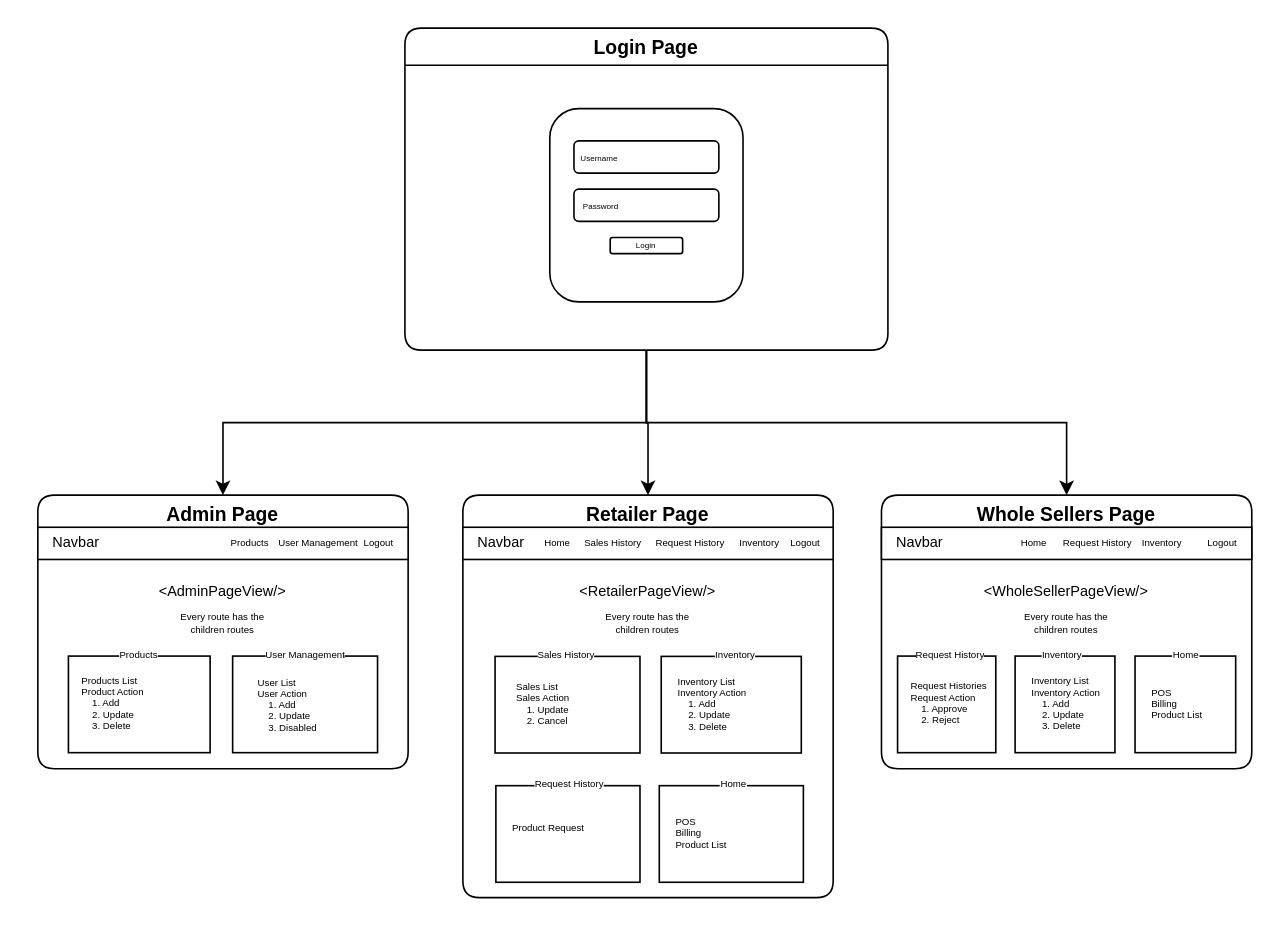
The draw.io diagram Med-frontend.drawio in SWAT-Quinbay/Med-Project, before the edit. Source tidied: cells renumbered, new cells numbered last; positions are measured from the earlier drawing's top-left corner, leaving out a move shared by most shapes. Both pictures are drawn from the tidied source at 161%, with x=0, y=0 at pixel (27, 27).
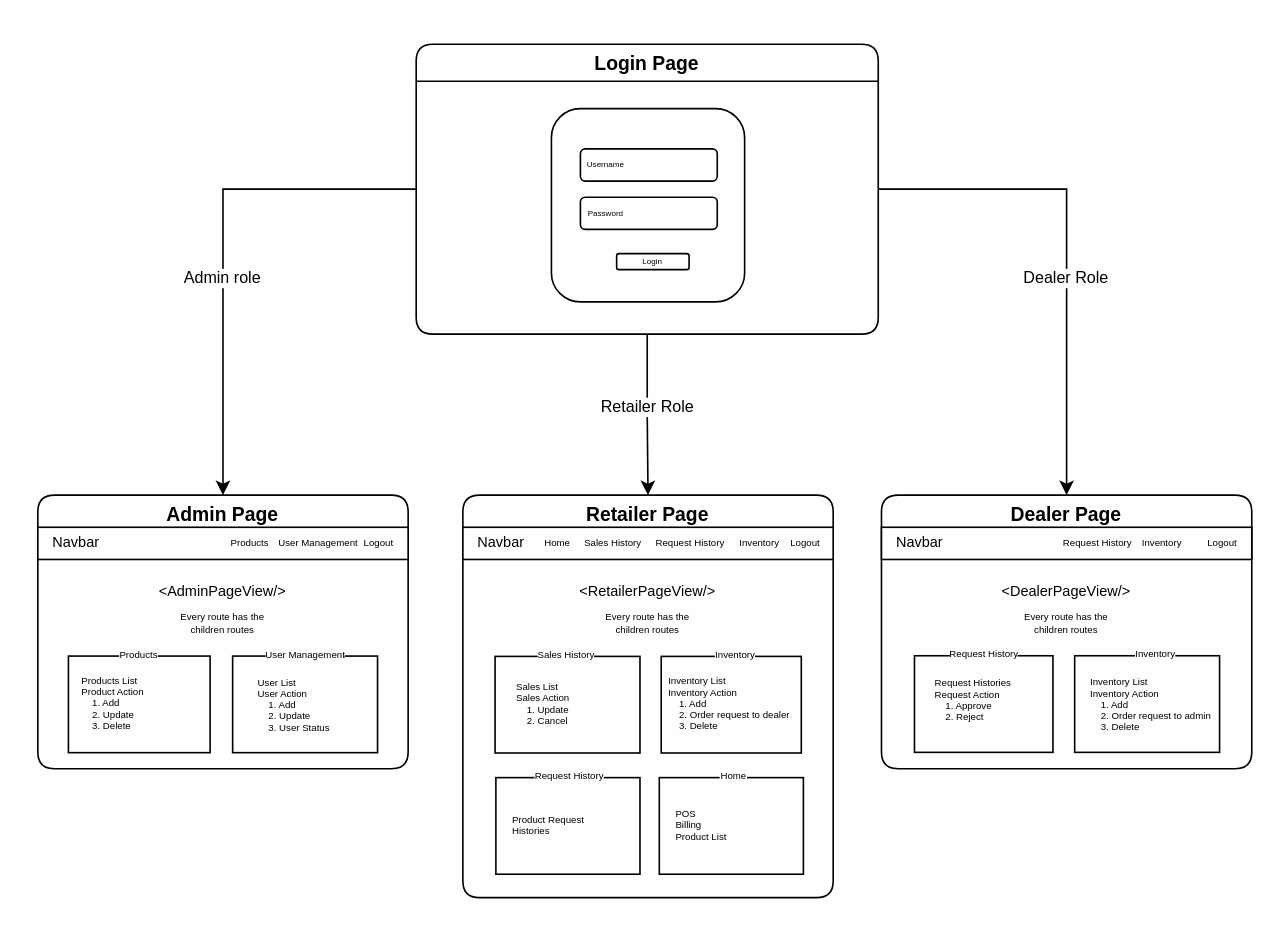
The same diagram, later.

Unchanged cells that the change refers to:
```xml
<mxCell id="13" value="Retailer Page" style="swimlane;labelBackgroundColor=default;swimlaneLine=1;glass=0;rounded=1;" parent="1" vertex="1">
  <mxGeometry x="270" y="290" width="230" height="250" as="geometry" />
</mxCell>
<mxCell id="35" value="Admin Page" style="swimlane;labelBackgroundColor=default;swimlaneLine=1;glass=0;rounded=1;" parent="1" vertex="1">
  <mxGeometry x="6" y="290" width="230" height="170" as="geometry" />
</mxCell>
```

The edit, as a diff of the source:
```diff
@@
-    <mxCell id="4" style="edgeStyle=orthogonalEdgeStyle;rounded=0;jettySize=auto;html=1;entryX=0.5;entryY=0;entryDx=0;entryDy=0;fontSize=6;" parent="1" edge="1" source="5" target="35">
-      <mxGeometry relative="1" as="geometry" />
-    </mxCell>
     <mxCell id="5" value="Login Page" style="swimlane;labelBackgroundColor=default;swimlaneLine=1;glass=0;rounded=1;" parent="1" vertex="1">
-      <mxGeometry x="234" width="300" height="200" as="geometry" />
+      <mxGeometry x="241" y="10" width="287" height="180" as="geometry" />
     </mxCell>
     <mxCell id="6" style="rounded=1;whiteSpace=wrap;html=1;glass=0;labelBackgroundColor=default;gradientColor=none;" parent="5" vertex="1">
-      <mxGeometry x="90" y="50" width="120" height="120" as="geometry" />
+      <mxGeometry x="84" y="40" width="120" height="120" as="geometry" />
     </mxCell>
     <mxCell id="7" style="rounded=1;whiteSpace=wrap;html=1;glass=0;labelBackgroundColor=default;gradientColor=none;" parent="5" vertex="1">
-      <mxGeometry x="105" y="70" width="90" height="20" as="geometry" />
+      <mxGeometry x="102" y="65" width="85" height="20" as="geometry" />
     </mxCell>
     <mxCell id="8" style="rounded=1;whiteSpace=wrap;html=1;glass=0;labelBackgroundColor=default;gradientColor=none;" parent="5" vertex="1">
-      <mxGeometry x="105" y="100" width="90" height="20" as="geometry" />
+      <mxGeometry x="102" y="95" width="85" height="20" as="geometry" />
     </mxCell>
     <mxCell id="9" style="rounded=1;whiteSpace=wrap;html=1;glass=0;labelBackgroundColor=default;gradientColor=none;" parent="5" vertex="1">
-      <mxGeometry x="127.5" y="130" width="45" height="10" as="geometry" />
+      <mxGeometry x="124.5" y="130" width="45" height="10" as="geometry" />
     </mxCell>
     <mxCell id="10" value="Login" style="text;html=1;strokeColor=none;fillColor=none;align=center;verticalAlign=middle;whiteSpace=wrap;rounded=0;glass=0;labelBackgroundColor=default;fontSize=5;" parent="5" vertex="1">
-      <mxGeometry x="140" y="129" width="20" height="10" as="geometry" />
+      <mxGeometry x="137" y="129" width="20" height="10" as="geometry" />
     </mxCell>
     <mxCell id="11" value="Username" style="text;html=1;strokeColor=none;fillColor=none;align=center;verticalAlign=middle;whiteSpace=wrap;rounded=0;glass=0;labelBackgroundColor=default;fontSize=5;" parent="5" vertex="1">
-      <mxGeometry x="110.5" y="75" width="20" height="10" as="geometry" />
+      <mxGeometry x="107.5" y="69" width="20" height="10" as="geometry" />
     </mxCell>
     <mxCell id="12" value="Password" style="text;html=1;strokeColor=none;fillColor=none;align=center;verticalAlign=middle;whiteSpace=wrap;rounded=0;glass=0;labelBackgroundColor=default;fontSize=5;" parent="5" vertex="1">
-      <mxGeometry x="111.5" y="105" width="20" height="10" as="geometry" />
+      <mxGeometry x="107.5" y="99" width="20" height="10" as="geometry" />
     </mxCell>
@@
-    <mxCell id="27" value="Inventory List&#10;Inventory Action&#10;    1. Add&#10;    2. Update&#10;    3. Delete" style="text;strokeColor=none;fillColor=none;align=left;verticalAlign=middle;spacingLeft=4;spacingRight=4;overflow=hidden;rounded=1;glass=0;labelBackgroundColor=default;fontSize=6;" parent="13" vertex="1">
-      <mxGeometry x="127.8" y="105.1" width="60" height="50.2" as="geometry" />
+    <mxCell id="27" value="Inventory List&#10;Inventory Action&#10;    1. Add&#10;    2. Order request to dealer&#10;    3. Delete" style="text;strokeColor=none;fillColor=none;align=left;verticalAlign=middle;spacingLeft=4;spacingRight=4;overflow=hidden;rounded=1;glass=0;labelBackgroundColor=default;fontSize=6;" parent="13" vertex="1">
+      <mxGeometry x="122" y="104.9" width="88" height="50.2" as="geometry" />
     </mxCell>
     <mxCell id="28" style="rounded=0;whiteSpace=wrap;html=1;glass=0;labelBackgroundColor=default;fontSize=6;gradientColor=none;" parent="13" vertex="1">
-      <mxGeometry x="20.5" y="180.5" width="89.5" height="60" as="geometry" />
+      <mxGeometry x="20.5" y="175.5" width="89.5" height="60" as="geometry" />
     </mxCell>
     <mxCell id="29" value="Request History" style="text;html=1;strokeColor=none;fillColor=none;align=center;verticalAlign=middle;whiteSpace=wrap;rounded=0;glass=0;labelBackgroundColor=default;fontSize=6;" parent="13" vertex="1">
-      <mxGeometry x="39" y="170" width="55" height="20" as="geometry" />
+      <mxGeometry x="39" y="165" width="55" height="20" as="geometry" />
     </mxCell>
-    <mxCell id="30" value="Product Request&#10;" style="text;strokeColor=none;fillColor=none;align=left;verticalAlign=middle;spacingLeft=4;spacingRight=4;overflow=hidden;rounded=1;glass=0;labelBackgroundColor=default;fontSize=6;" parent="13" vertex="1">
-      <mxGeometry x="25" y="185.4" width="60" height="50.2" as="geometry" />
+    <mxCell id="30" value="Product Request&#10;Histories" style="text;strokeColor=none;fillColor=none;align=left;verticalAlign=middle;spacingLeft=4;spacingRight=4;overflow=hidden;rounded=1;glass=0;labelBackgroundColor=default;fontSize=6;" parent="13" vertex="1">
+      <mxGeometry x="25" y="180.4" width="60" height="50.2" as="geometry" />
     </mxCell>
@@
     <mxCell id="32" style="rounded=0;whiteSpace=wrap;html=1;glass=0;labelBackgroundColor=default;fontSize=6;gradientColor=none;" parent="13" vertex="1">
-      <mxGeometry x="122" y="180.5" width="89.5" height="60" as="geometry" />
+      <mxGeometry x="122" y="175.5" width="89.5" height="60" as="geometry" />
     </mxCell>
     <mxCell id="33" value="Home" style="text;html=1;strokeColor=none;fillColor=none;align=center;verticalAlign=middle;whiteSpace=wrap;rounded=0;glass=0;labelBackgroundColor=default;fontSize=6;" parent="13" vertex="1">
-      <mxGeometry x="140.5" y="170" width="55" height="20" as="geometry" />
+      <mxGeometry x="140.5" y="165" width="55" height="20" as="geometry" />
     </mxCell>
     <mxCell id="34" value="POS&#10;Billing&#10;Product List" style="text;strokeColor=none;fillColor=none;align=left;verticalAlign=middle;spacingLeft=4;spacingRight=4;overflow=hidden;rounded=1;glass=0;labelBackgroundColor=default;fontSize=6;" parent="13" vertex="1">
-      <mxGeometry x="126.5" y="185.4" width="60" height="50.2" as="geometry" />
+      <mxGeometry x="126.5" y="180.4" width="60" height="50.2" as="geometry" />
     </mxCell>
@@
-    <mxCell id="48" value="User List&#10;User Action&#10;    1. Add&#10;    2. Update&#10;    3. Disabled" style="text;strokeColor=none;fillColor=none;align=left;verticalAlign=middle;spacingLeft=4;spacingRight=4;overflow=hidden;rounded=1;glass=0;labelBackgroundColor=default;fontSize=6;" parent="35" vertex="1">
+    <mxCell id="48" value="User List&#10;User Action&#10;    1. Add&#10;    2. Update&#10;    3. User Status" style="text;strokeColor=none;fillColor=none;align=left;verticalAlign=middle;spacingLeft=4;spacingRight=4;overflow=hidden;rounded=1;glass=0;labelBackgroundColor=default;fontSize=6;" parent="35" vertex="1">
       <mxGeometry x="131" y="105.8" width="60" height="50.2" as="geometry" />
     </mxCell>
-    <mxCell id="49" value="Whole Sellers Page" style="swimlane;labelBackgroundColor=default;swimlaneLine=1;glass=0;rounded=1;" parent="1" vertex="1">
+    <mxCell id="49" value="Dealer Page" style="swimlane;labelBackgroundColor=default;swimlaneLine=1;glass=0;rounded=1;" parent="1" vertex="1">
       <mxGeometry x="530" y="290" width="230" height="170" as="geometry" />
     </mxCell>
@@
-    <mxCell id="52" value="Home" style="text;html=1;strokeColor=none;fillColor=none;align=center;verticalAlign=middle;whiteSpace=wrap;rounded=0;glass=0;labelBackgroundColor=default;fontSize=6;" parent="49" vertex="1">
-      <mxGeometry x="79.5" y="20" width="30" height="20" as="geometry" />
-    </mxCell>
@@
-    <mxCell id="56" value="&amp;lt;WholeSellerPageView/&amp;gt;" style="text;html=1;strokeColor=none;fillColor=none;align=center;verticalAlign=middle;whiteSpace=wrap;rounded=0;glass=0;labelBackgroundColor=default;fontSize=9;" parent="49" vertex="1">
+    <mxCell id="56" value="&amp;lt;DealerPageView/&amp;gt;" style="text;html=1;strokeColor=none;fillColor=none;align=center;verticalAlign=middle;whiteSpace=wrap;rounded=0;glass=0;labelBackgroundColor=default;fontSize=9;" parent="49" vertex="1">
       <mxGeometry x="85" y="45" width="60" height="30" as="geometry" />
     </mxCell>
@@
     <mxCell id="58" style="rounded=0;whiteSpace=wrap;html=1;glass=0;labelBackgroundColor=default;fontSize=6;gradientColor=none;" parent="49" vertex="1">
-      <mxGeometry x="10" y="100" width="61" height="60" as="geometry" />
+      <mxGeometry x="20.5" y="99.8" width="86" height="60" as="geometry" />
     </mxCell>
     <mxCell id="59" style="rounded=0;whiteSpace=wrap;html=1;glass=0;labelBackgroundColor=default;fontSize=6;gradientColor=none;" parent="49" vertex="1">
-      <mxGeometry x="83" y="100" width="62" height="60" as="geometry" />
+      <mxGeometry x="120" y="99.8" width="90" height="60" as="geometry" />
     </mxCell>
     <mxCell id="60" value="Request History" style="text;html=1;strokeColor=none;fillColor=none;align=center;verticalAlign=middle;whiteSpace=wrap;rounded=0;glass=0;labelBackgroundColor=default;fontSize=6;" parent="49" vertex="1">
-      <mxGeometry x="17.6" y="92" width="49.9" height="15" as="geometry" />
+      <mxGeometry x="38.6" y="91" width="49.9" height="15" as="geometry" />
     </mxCell>
     <mxCell id="61" value="Request Histories&#10;Request Action &#10;    1. Approve&#10;    2. Reject" style="text;strokeColor=none;fillColor=none;align=left;verticalAlign=middle;spacingLeft=4;spacingRight=4;overflow=hidden;rounded=1;glass=0;labelBackgroundColor=default;fontSize=6;" parent="49" vertex="1">
-      <mxGeometry x="12.5" y="109.5" width="60" height="40.5" as="geometry" />
+      <mxGeometry x="27.5" y="107.5" width="60" height="40.5" as="geometry" />
     </mxCell>
     <mxCell id="62" value="Inventory" style="text;html=1;strokeColor=none;fillColor=none;align=center;verticalAlign=middle;whiteSpace=wrap;rounded=0;glass=0;labelBackgroundColor=default;fontSize=6;" parent="49" vertex="1">
-      <mxGeometry x="84.5" y="89.5" width="55" height="20" as="geometry" />
+      <mxGeometry x="143" y="88.5" width="55" height="20" as="geometry" />
     </mxCell>
-    <mxCell id="63" value="Inventory List&#10;Inventory Action&#10;    1. Add&#10;    2. Update&#10;    3. Delete" style="text;strokeColor=none;fillColor=none;align=left;verticalAlign=middle;spacingLeft=4;spacingRight=4;overflow=hidden;rounded=1;glass=0;labelBackgroundColor=default;fontSize=6;" parent="49" vertex="1">
-      <mxGeometry x="87.5" y="104.9" width="60" height="50.2" as="geometry" />
+    <mxCell id="63" value="Inventory List&#10;Inventory Action&#10;    1. Add&#10;    2. Order request to admin&#10;    3. Delete" style="text;strokeColor=none;fillColor=none;align=left;verticalAlign=middle;spacingLeft=4;spacingRight=4;overflow=hidden;rounded=1;glass=0;labelBackgroundColor=default;fontSize=6;" parent="49" vertex="1">
+      <mxGeometry x="124" y="105.6" width="90" height="50.2" as="geometry" />
     </mxCell>
-    <mxCell id="64" style="rounded=0;whiteSpace=wrap;html=1;glass=0;labelBackgroundColor=default;fontSize=6;gradientColor=none;" parent="49" vertex="1">
-      <mxGeometry x="157.5" y="100" width="62.5" height="60" as="geometry" />
-    </mxCell>
-    <mxCell id="65" value="Home" style="text;html=1;strokeColor=none;fillColor=none;align=center;verticalAlign=middle;whiteSpace=wrap;rounded=0;glass=0;labelBackgroundColor=default;fontSize=6;" parent="49" vertex="1">
-      <mxGeometry x="162" y="89.5" width="55" height="20" as="geometry" />
-    </mxCell>
-    <mxCell id="66" value="POS&#10;Billing&#10;Product List" style="text;strokeColor=none;fillColor=none;align=left;verticalAlign=middle;spacingLeft=4;spacingRight=4;overflow=hidden;rounded=1;glass=0;labelBackgroundColor=default;fontSize=6;" parent="49" vertex="1">
-      <mxGeometry x="162" y="104.9" width="60" height="50.2" as="geometry" />
-    </mxCell>
+    <mxCell id="67" value="&lt;font style=&quot;font-size: 10px;&quot;&gt;Retailer Role&lt;/font&gt;" style="text;html=1;strokeColor=none;fillColor=none;align=center;verticalAlign=middle;whiteSpace=wrap;rounded=0;glass=0;labelBackgroundColor=default;fontSize=6;" parent="1" vertex="1">
+      <mxGeometry x="355" y="220" width="60" height="30" as="geometry" />
+    </mxCell>
+    <mxCell id="68" value="&lt;font style=&quot;font-size: 10px;&quot;&gt;Dealer Role&lt;/font&gt;" style="text;html=1;strokeColor=none;fillColor=none;align=center;verticalAlign=middle;whiteSpace=wrap;rounded=0;glass=0;labelBackgroundColor=default;fontSize=6;" parent="1" vertex="1">
+      <mxGeometry x="610" y="140" width="70" height="30" as="geometry" />
+    </mxCell>
+    <mxCell id="69" style="group;" parent="1" vertex="1">
+      <mxGeometry x="91" y="140" width="60" height="30" as="geometry" />
+    </mxCell>
+    <mxCell id="4" style="edgeStyle=orthogonalEdgeStyle;rounded=0;jettySize=auto;html=1;entryX=0.5;entryY=0;entryDx=0;entryDy=0;fontSize=6;" parent="69" edge="1" source="5" target="35">
+      <mxGeometry relative="1" as="geometry" />
+    </mxCell>
+    <mxCell id="70" value="&lt;font style=&quot;font-size: 10px;&quot;&gt;Admin role&lt;/font&gt;" style="text;html=1;strokeColor=none;fillColor=none;align=center;verticalAlign=middle;whiteSpace=wrap;rounded=0;glass=0;labelBackgroundColor=default;fontSize=6;" parent="69" vertex="1">
+      <mxGeometry width="60" height="30" as="geometry" />
+    </mxCell>
```
